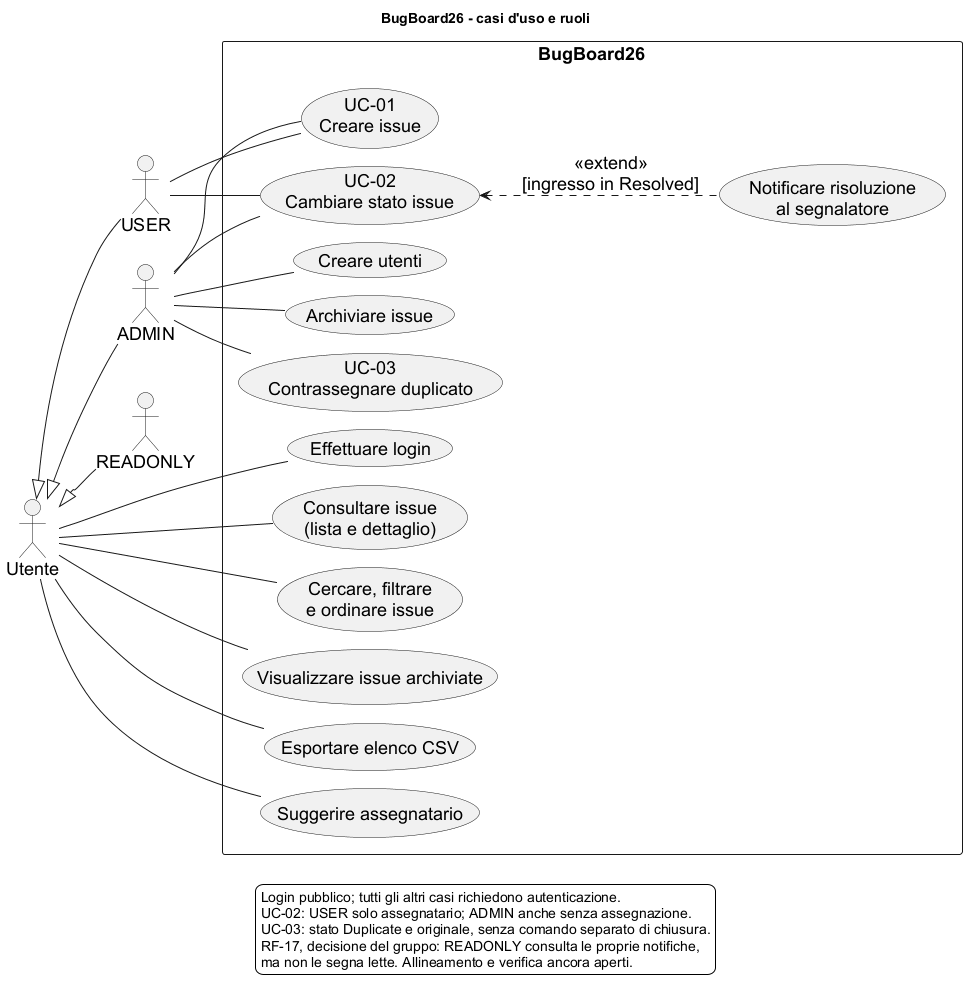
Valeriop03/BugBoard26 keeps this PlantUML diagram as Documentazione/Primo homework/UCD/use_case_diagram.png. Above is the earlier version.
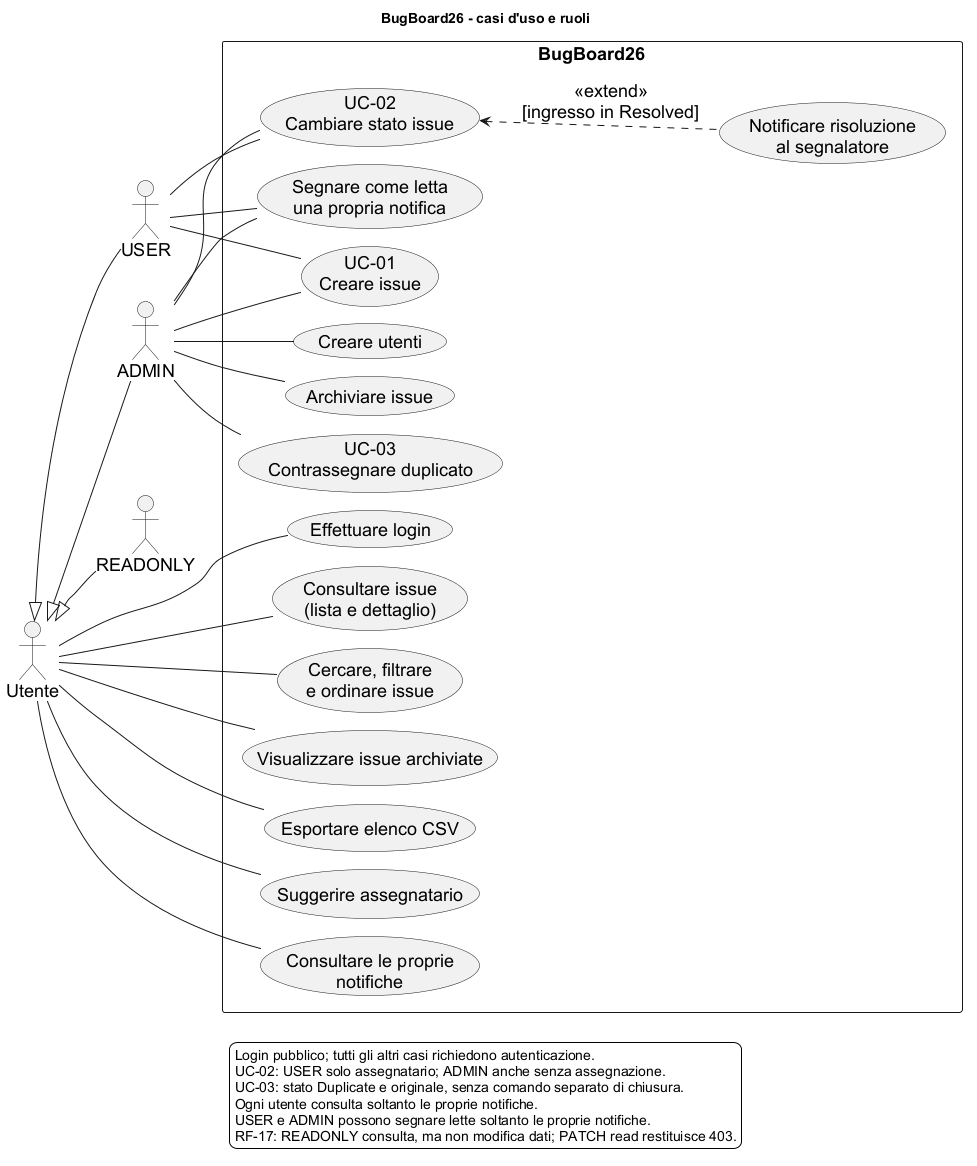
After the commit.

Change to the diagram source:
```diff
@@ -26,6 +26,8 @@
   usecase "UC-01\nCreare issue" as Create
   usecase "UC-02\nCambiare stato issue" as Status
   usecase "Notificare risoluzione\nal segnalatore" as Notify
+  usecase "Consultare le proprie\nnotifiche" as Notifications
+  usecase "Segnare come letta\nuna propria notifica" as ReadNotification
   usecase "Creare utenti" as Users
   usecase "Archiviare issue" as Archive
   usecase "UC-03\nContrassegnare duplicato" as Duplicate
@@ -37,10 +39,13 @@
 Utente -- Archived
 Utente -- Export
 Utente -- Suggest
+Utente -- Notifications
 USER -- Create
 ADMIN -- Create
 USER -- Status
 ADMIN -- Status
+USER -- ReadNotification
+ADMIN -- ReadNotification
 ADMIN -- Users
 ADMIN -- Archive
 ADMIN -- Duplicate
@@ -49,7 +54,8 @@
   Login pubblico; tutti gli altri casi richiedono autenticazione.
   UC-02: USER solo assegnatario; ADMIN anche senza assegnazione.
   UC-03: stato Duplicate e originale, senza comando separato di chiusura.
-  RF-17, decisione del gruppo: READONLY consulta le proprie notifiche,
-  ma non le segna lette. Allineamento e verifica ancora aperti.
+  Ogni utente consulta soltanto le proprie notifiche.
+  USER e ADMIN possono segnare lette soltanto le proprie notifiche.
+  RF-17: READONLY consulta, ma non modifica dati; PATCH read restituisce 403.
 endlegend
 @enduml
```
